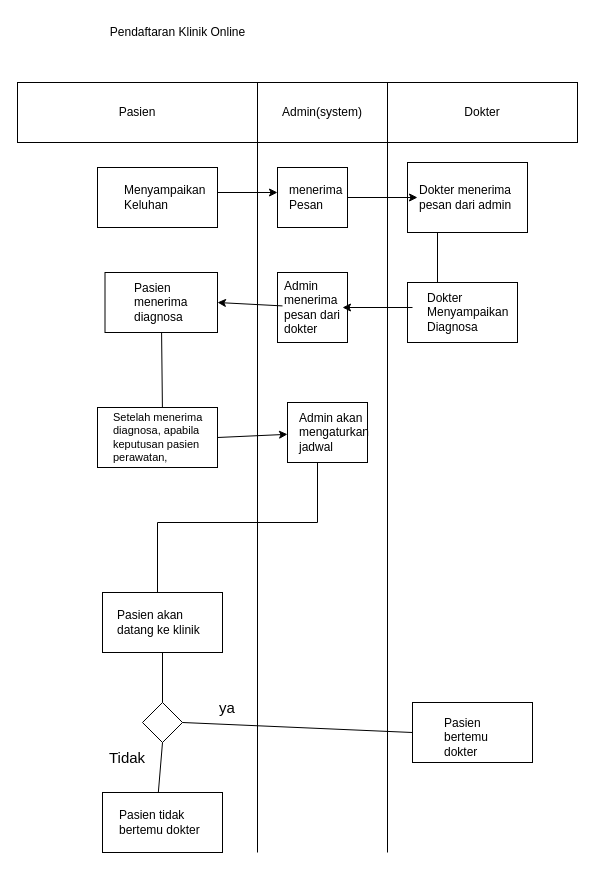
Before: page "Page-3" (3 of 4) of Project Basis Data Lanjut.drawio in lukmanprasetyo/Business-Model-Canvas-BMC-, a draw.io diagram. Source tidied: cells renumbered, new cells numbered last; positions are measured from the earlier drawing's top-left corner, leaving out a move shared by most shapes. Both pictures are drawn from the tidied source at 100%, with x=0, y=0 at pixel (17, 17).
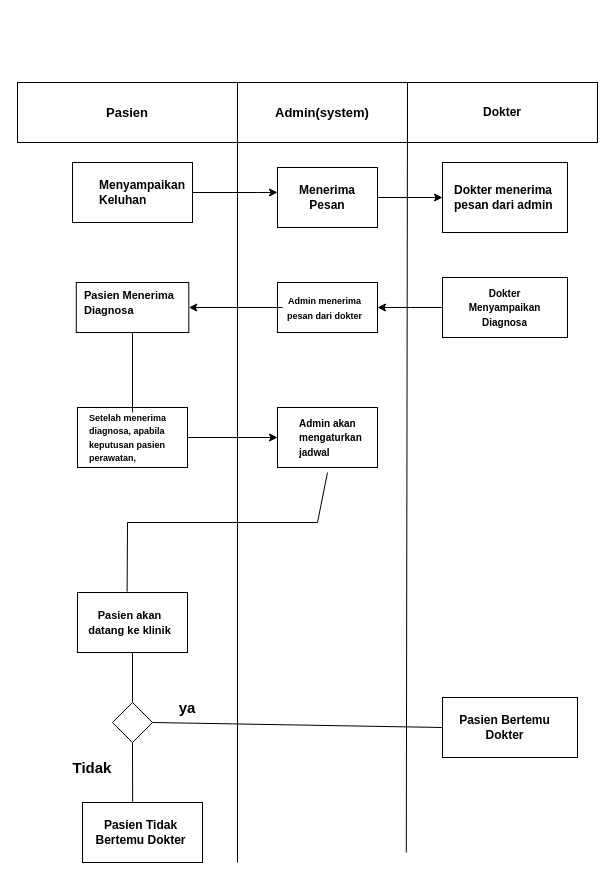
The same page after the edit.

What changed in the source:
```diff
@@
     <mxCell id="2" style="rounded=0;whiteSpace=wrap;html=1;fontSize=15;" parent="1" vertex="1">
-      <mxGeometry x="270" y="385" width="80" height="60" as="geometry" />
+      <mxGeometry x="260" y="390" width="100" height="60" as="geometry" />
     </mxCell>
     <mxCell id="3" style="rounded=0;whiteSpace=wrap;html=1;fontSize=15;" parent="1" vertex="1">
-      <mxGeometry x="85" y="575" width="120" height="60" as="geometry" />
+      <mxGeometry x="60" y="575" width="110" height="60" as="geometry" />
     </mxCell>
     <mxCell id="4" style="rounded=0;whiteSpace=wrap;html=1;fontSize=15;" parent="1" vertex="1">
-      <mxGeometry x="80" y="390" width="120" height="60" as="geometry" />
+      <mxGeometry x="60" y="390" width="110" height="60" as="geometry" />
     </mxCell>
     <mxCell id="5" style="rounded=0;whiteSpace=wrap;html=1;fontSize=15;" parent="1" vertex="1">
-      <mxGeometry x="87.5" y="255" width="112.5" height="60" as="geometry" />
+      <mxGeometry x="58.8" y="265" width="112.5" height="50" as="geometry" />
     </mxCell>
     <mxCell id="6" style="rounded=0;whiteSpace=wrap;html=1;fontSize=15;" parent="1" vertex="1">
-      <mxGeometry x="260" y="255" width="70" height="70" as="geometry" />
+      <mxGeometry x="260" y="265" width="100" height="50" as="geometry" />
     </mxCell>
+    <mxCell id="46" style="edgeStyle=orthogonalEdgeStyle;rounded=0;jettySize=auto;html=1;fontSize=13;" parent="1" edge="1" source="7">
+      <mxGeometry relative="1" as="geometry">
+        <mxPoint x="360" y="290" as="targetPoint" />
+      </mxGeometry>
+    </mxCell>
     <mxCell id="7" style="rounded=0;whiteSpace=wrap;html=1;fontSize=15;" parent="1" vertex="1">
-      <mxGeometry x="390" y="265" width="110" height="60" as="geometry" />
+      <mxGeometry x="425" y="260" width="125" height="60" as="geometry" />
     </mxCell>
     <mxCell id="8" style="rounded=0;whiteSpace=wrap;html=1;fontSize=15;" parent="1" vertex="1">
-      <mxGeometry x="390" y="145" width="120" height="70" as="geometry" />
+      <mxGeometry x="425" y="145" width="125" height="70" as="geometry" />
     </mxCell>
+    <mxCell id="47" style="edgeStyle=orthogonalEdgeStyle;rounded=0;jettySize=auto;html=1;entryX=0;entryY=0.5;entryDx=0;entryDy=0;fontSize=13;" parent="1" edge="1" source="9" target="8">
+      <mxGeometry relative="1" as="geometry" />
+    </mxCell>
     <mxCell id="9" style="rounded=0;whiteSpace=wrap;html=1;fontSize=15;" parent="1" vertex="1">
-      <mxGeometry x="260" y="150" width="70" height="60" as="geometry" />
+      <mxGeometry x="260" y="150" width="100" height="60" as="geometry" />
     </mxCell>
     <mxCell id="10" style="rounded=0;whiteSpace=wrap;html=1;fontSize=15;" parent="1" vertex="1">
-      <mxGeometry x="80" y="150" width="120" height="60" as="geometry" />
+      <mxGeometry x="55" y="145" width="120" height="60" as="geometry" />
     </mxCell>
-    <mxCell id="11" value="Pendaftaran Klinik Online" style="text;html=1;align=center;verticalAlign=middle;strokeColor=none;fillColor=none;" parent="1" vertex="1">
-      <mxGeometry x="80" width="160" height="30" as="geometry" />
-    </mxCell>
-    <mxCell id="12" value="Pasien" style="rounded=0;whiteSpace=wrap;html=1;" parent="1" vertex="1">
-      <mxGeometry y="65" width="240" height="60" as="geometry" />
+    <mxCell id="12" value="&lt;b&gt;&lt;font style=&quot;font-size: 13px;&quot;&gt;Pasien&lt;/font&gt;&lt;/b&gt;" style="rounded=0;whiteSpace=wrap;html=1;" parent="1" vertex="1">
+      <mxGeometry y="65" width="220" height="60" as="geometry" />
     </mxCell>
-    <mxCell id="13" value="Admin(system)" style="rounded=0;whiteSpace=wrap;html=1;" parent="1" vertex="1">
-      <mxGeometry x="240" y="65" width="130" height="60" as="geometry" />
+    <mxCell id="13" value="&lt;b&gt;&lt;font style=&quot;font-size: 13px;&quot;&gt;Admin(system)&lt;/font&gt;&lt;/b&gt;" style="rounded=0;whiteSpace=wrap;html=1;" parent="1" vertex="1">
+      <mxGeometry x="220" y="65" width="170" height="60" as="geometry" />
     </mxCell>
-    <mxCell id="14" value="Dokter" style="rounded=0;whiteSpace=wrap;html=1;" parent="1" vertex="1">
-      <mxGeometry x="370" y="65" width="190" height="60" as="geometry" />
+    <mxCell id="14" value="&lt;b&gt;Dokter&lt;/b&gt;" style="rounded=0;whiteSpace=wrap;html=1;" parent="1" vertex="1">
+      <mxGeometry x="390" y="65" width="190" height="60" as="geometry" />
     </mxCell>
-    <mxCell id="15" value="Menyampaikan Keluhan" style="text;html=1;strokeColor=none;fillColor=none;align=left;verticalAlign=middle;whiteSpace=wrap;rounded=0;" parent="1" vertex="1">
-      <mxGeometry x="105" y="165" width="60" height="30" as="geometry" />
+    <mxCell id="15" value="&lt;b&gt;Menyampaikan Keluhan&lt;/b&gt;" style="text;html=1;strokeColor=none;fillColor=none;align=left;verticalAlign=middle;whiteSpace=wrap;rounded=0;" parent="1" vertex="1">
+      <mxGeometry x="80" y="160" width="60" height="30" as="geometry" />
     </mxCell>
-    <mxCell id="16" value="menerima Pesan" style="text;html=1;strokeColor=none;fillColor=none;align=left;verticalAlign=middle;whiteSpace=wrap;rounded=0;" parent="1" vertex="1">
-      <mxGeometry x="270" y="165" width="60" height="30" as="geometry" />
+    <mxCell id="16" value="&lt;b&gt;Menerima Pesan&lt;/b&gt;" style="text;html=1;strokeColor=none;fillColor=none;align=center;verticalAlign=middle;whiteSpace=wrap;rounded=0;" parent="1" vertex="1">
+      <mxGeometry x="270" y="165" width="80" height="30" as="geometry" />
     </mxCell>
-    <mxCell id="17" value="Dokter menerima pesan dari admin" style="text;html=1;strokeColor=none;fillColor=none;align=left;verticalAlign=middle;whiteSpace=wrap;rounded=0;" parent="1" vertex="1">
-      <mxGeometry x="400" y="165" width="110" height="30" as="geometry" />
+    <mxCell id="17" value="&lt;b&gt;Dokter menerima pesan dari admin&lt;/b&gt;" style="text;html=1;strokeColor=none;fillColor=none;align=left;verticalAlign=middle;whiteSpace=wrap;rounded=0;" parent="1" vertex="1">
+      <mxGeometry x="435" y="165" width="110" height="30" as="geometry" />
     </mxCell>
-    <mxCell id="18" style="endArrow=classic;html=1;rounded=0;align=left;" parent="1" edge="1">
+    <mxCell id="18" style="endArrow=classic;html=1;rounded=0;align=left;exitX=1;exitY=0.5;exitDx=0;exitDy=0;" parent="1" edge="1" source="10">
       <mxGeometry relative="1" as="geometry">
-        <mxPoint x="200" y="175" as="sourcePoint" />
         <mxPoint x="260" y="175" as="targetPoint" />
         <Array as="points">
           <mxPoint x="240" y="175" />
         </Array>
       </mxGeometry>
     </mxCell>
-    <mxCell id="19" style="endArrow=classic;html=1;rounded=0;entryX=0;entryY=0.5;entryDx=0;entryDy=0;exitX=1;exitY=0.5;exitDx=0;exitDy=0;align=left;" parent="1" edge="1" source="16" target="17">
-      <mxGeometry relative="1" as="geometry" />
-    </mxCell>
-    <mxCell id="20" value="Dokter Menyampaikan Diagnosa" style="text;html=1;strokeColor=none;fillColor=none;align=left;verticalAlign=middle;whiteSpace=wrap;rounded=0;" parent="1" vertex="1">
-      <mxGeometry x="407.5" y="280" width="85" height="30" as="geometry" />
+    <mxCell id="20" value="&lt;font style=&quot;font-size: 10px;&quot;&gt;&lt;b&gt;Dokter Menyampaikan Diagnosa&lt;/b&gt;&lt;/font&gt;" style="text;html=1;strokeColor=none;fillColor=none;align=center;verticalAlign=middle;whiteSpace=wrap;rounded=0;" parent="1" vertex="1">
+      <mxGeometry x="435" y="275" width="105" height="30" as="geometry" />
     </mxCell>
-    <mxCell id="21" style="endArrow=classic;html=1;rounded=0;exitX=0;exitY=0.5;exitDx=0;exitDy=0;align=left;" parent="1" edge="1">
-      <mxGeometry relative="1" as="geometry">
-        <mxPoint x="395" y="290" as="sourcePoint" />
-        <mxPoint x="325" y="290" as="targetPoint" />
-      </mxGeometry>
-    </mxCell>
@@
-    <mxCell id="23" value="Admin menerima pesan dari dokter" style="text;html=1;strokeColor=none;fillColor=none;align=left;verticalAlign=middle;whiteSpace=wrap;rounded=0;" parent="1" vertex="1">
-      <mxGeometry x="265" y="275" width="60" height="30" as="geometry" />
+    <mxCell id="23" value="&lt;font size=&quot;1&quot; style=&quot;&quot;&gt;&lt;b style=&quot;font-size: 9px;&quot;&gt;Admin menerima pesan dari dokter&lt;/b&gt;&lt;/font&gt;" style="text;html=1;strokeColor=none;fillColor=none;align=center;verticalAlign=middle;whiteSpace=wrap;rounded=0;" parent="1" vertex="1">
+      <mxGeometry x="265" y="275" width="85" height="30" as="geometry" />
     </mxCell>
-    <mxCell id="24" value="Pasien menerima diagnosa" style="text;html=1;strokeColor=none;fillColor=none;align=left;verticalAlign=middle;whiteSpace=wrap;rounded=0;" parent="1" vertex="1">
-      <mxGeometry x="115" y="270" width="60" height="30" as="geometry" />
+    <mxCell id="24" value="&lt;b&gt;&lt;font style=&quot;font-size: 11px;&quot;&gt;Pasien Menerima Diagnosa&lt;/font&gt;&lt;/b&gt;" style="text;html=1;strokeColor=none;fillColor=none;align=left;verticalAlign=middle;whiteSpace=wrap;rounded=0;" parent="1" vertex="1">
+      <mxGeometry x="65" y="270" width="105" height="30" as="geometry" />
     </mxCell>
@@
-    <mxCell id="26" value="Setelah menerima diagnosa, apabila keputusan pasien perawatan," style="text;html=1;strokeColor=none;fillColor=none;align=left;verticalAlign=middle;whiteSpace=wrap;rounded=0;fontSize=11;" parent="1" vertex="1">
-      <mxGeometry x="93.8" y="405" width="100" height="30" as="geometry" />
+    <mxCell id="26" value="&lt;font style=&quot;font-size: 9px;&quot;&gt;&lt;b&gt;Setelah menerima diagnosa, apabila keputusan pasien perawatan,&lt;/b&gt;&lt;/font&gt;" style="text;html=1;strokeColor=none;fillColor=none;align=left;verticalAlign=middle;whiteSpace=wrap;rounded=0;fontSize=11;" parent="1" vertex="1">
+      <mxGeometry x="70" y="405" width="100" height="30" as="geometry" />
     </mxCell>
-    <mxCell id="27" value="Admin akan mengaturkan jadwal" style="text;html=1;strokeColor=none;fillColor=none;align=left;verticalAlign=middle;whiteSpace=wrap;rounded=0;" parent="1" vertex="1">
-      <mxGeometry x="280" y="400" width="60" height="30" as="geometry" />
+    <mxCell id="27" value="&lt;b&gt;&lt;font style=&quot;font-size: 10px;&quot;&gt;Admin akan mengaturkan jadwal&lt;/font&gt;&lt;/b&gt;" style="text;html=1;strokeColor=none;fillColor=none;align=left;verticalAlign=middle;whiteSpace=wrap;rounded=0;" parent="1" vertex="1">
+      <mxGeometry x="280" y="405" width="55" height="30" as="geometry" />
     </mxCell>
-    <mxCell id="28" style="endArrow=none;html=1;rounded=0;align=left;" parent="1" edge="1">
-      <mxGeometry relative="1" as="geometry">
-        <mxPoint x="420" y="265" as="sourcePoint" />
-        <mxPoint x="420" y="215" as="targetPoint" />
-      </mxGeometry>
-    </mxCell>
-    <mxCell id="29" style="endArrow=none;html=1;rounded=0;align=left;exitX=0.541;exitY=0.001;exitDx=0;exitDy=0;exitPerimeter=0;" parent="1" edge="1" source="4" target="5">
-      <mxGeometry relative="1" as="geometry" />
+    <mxCell id="29" style="endArrow=none;html=1;rounded=0;align=left;" parent="1" edge="1" target="5">
+      <mxGeometry relative="1" as="geometry">
+        <mxPoint x="115" y="395" as="sourcePoint" />
+      </mxGeometry>
     </mxCell>
     <mxCell id="30" style="endArrow=none;html=1;rounded=0;align=left;" parent="1" edge="1">
       <mxGeometry relative="1" as="geometry">
         <mxPoint x="300" y="505" as="sourcePoint" />
-        <mxPoint x="300" y="445" as="targetPoint" />
+        <mxPoint x="310" y="455" as="targetPoint" />
       </mxGeometry>
     </mxCell>
-    <mxCell id="31" style="endArrow=none;html=1;rounded=0;align=left;exitX=0.5;exitY=0;exitDx=0;exitDy=0;" parent="1" edge="1">
+    <mxCell id="31" style="endArrow=none;html=1;rounded=0;align=left;" parent="1" edge="1">
       <mxGeometry relative="1" as="geometry">
-        <mxPoint x="140" y="505" as="sourcePoint" />
+        <mxPoint x="110" y="505" as="sourcePoint" />
         <mxPoint x="300" y="505" as="targetPoint" />
       </mxGeometry>
     </mxCell>
     <mxCell id="32" style="endArrow=none;html=1;rounded=0;fontSize=15;entryX=0;entryY=1;entryDx=0;entryDy=0;" parent="1" edge="1" target="13">
       <mxGeometry relative="1" as="geometry">
-        <mxPoint x="240" y="835" as="sourcePoint" />
+        <mxPoint x="220" y="845" as="sourcePoint" />
       </mxGeometry>
     </mxCell>
-    <mxCell id="33" style="endArrow=none;html=1;rounded=0;fontSize=15;entryX=0;entryY=1;entryDx=0;entryDy=0;" parent="1" edge="1">
+    <mxCell id="33" style="endArrow=none;html=1;rounded=0;fontSize=15;entryX=1;entryY=0.29;entryDx=0;entryDy=0;entryPerimeter=0;" parent="1" edge="1" target="13">
       <mxGeometry relative="1" as="geometry">
-        <mxPoint x="370" y="835" as="sourcePoint" />
-        <mxPoint x="370" y="95" as="targetPoint" />
+        <mxPoint x="388.8" y="835" as="sourcePoint" />
       </mxGeometry>
     </mxCell>
     <mxCell id="34" style="rounded=0;whiteSpace=wrap;html=1;fontSize=15;" parent="1" vertex="1">
-      <mxGeometry x="395" y="685" width="120" height="60" as="geometry" />
+      <mxGeometry x="425" y="680" width="135" height="60" as="geometry" />
     </mxCell>
-    <mxCell id="35" value="Pasien bertemu dokter" style="text;html=1;strokeColor=none;fillColor=none;align=left;verticalAlign=middle;whiteSpace=wrap;rounded=0;" parent="1" vertex="1">
-      <mxGeometry x="425" y="705" width="60" height="30" as="geometry" />
+    <mxCell id="35" value="&lt;b&gt;Pasien Bertemu Dokter&lt;/b&gt;" style="text;html=1;strokeColor=none;fillColor=none;align=center;verticalAlign=middle;whiteSpace=wrap;rounded=0;" parent="1" vertex="1">
+      <mxGeometry x="435" y="695" width="105" height="30" as="geometry" />
     </mxCell>
-    <mxCell id="36" value="Pasien akan datang ke klinik" style="text;html=1;strokeColor=none;fillColor=none;align=left;verticalAlign=middle;whiteSpace=wrap;rounded=0;" parent="1" vertex="1">
-      <mxGeometry x="97.5" y="590" width="95" height="30" as="geometry" />
+    <mxCell id="36" value="&lt;b&gt;&lt;font style=&quot;font-size: 11px;&quot;&gt;Pasien akan datang ke klinik&lt;/font&gt;&lt;/b&gt;" style="text;html=1;strokeColor=none;fillColor=none;align=center;verticalAlign=middle;whiteSpace=wrap;rounded=0;" parent="1" vertex="1">
+      <mxGeometry x="65" y="590" width="95" height="30" as="geometry" />
     </mxCell>
-    <mxCell id="37" style="endArrow=none;html=1;rounded=0;fontSize=15;" parent="1" edge="1">
+    <mxCell id="37" style="endArrow=none;html=1;rounded=0;fontSize=15;exitX=0.451;exitY=-0.015;exitDx=0;exitDy=0;exitPerimeter=0;" parent="1" edge="1" source="3">
       <mxGeometry relative="1" as="geometry">
-        <mxPoint x="140" y="575" as="sourcePoint" />
-        <mxPoint x="140" y="505" as="targetPoint" />
+        <mxPoint x="110" y="505" as="targetPoint" />
       </mxGeometry>
     </mxCell>
     <mxCell id="38" style="rhombus;whiteSpace=wrap;html=1;fontSize=15;" parent="1" vertex="1">
-      <mxGeometry x="125" y="685" width="40" height="40" as="geometry" />
+      <mxGeometry x="95" y="685" width="40" height="40" as="geometry" />
     </mxCell>
@@
-    <mxCell id="41" style="endArrow=none;html=1;rounded=0;fontSize=15;exitX=0.5;exitY=1;exitDx=0;exitDy=0;" parent="1" edge="1" source="38">
-      <mxGeometry relative="1" as="geometry">
-        <mxPoint x="140" y="785" as="targetPoint" />
-      </mxGeometry>
+    <mxCell id="41" style="endArrow=none;html=1;rounded=0;fontSize=15;exitX=0.5;exitY=1;exitDx=0;exitDy=0;entryX=0.418;entryY=0.006;entryDx=0;entryDy=0;entryPerimeter=0;" parent="1" edge="1" source="38" target="42">
+      <mxGeometry relative="1" as="geometry" />
     </mxCell>
     <mxCell id="42" style="rounded=0;whiteSpace=wrap;html=1;fontSize=15;" parent="1" vertex="1">
-      <mxGeometry x="85" y="775" width="120" height="60" as="geometry" />
+      <mxGeometry x="65" y="785" width="120" height="60" as="geometry" />
     </mxCell>
-    <mxCell id="43" value="Pasien tidak bertemu dokter" style="text;html=1;strokeColor=none;fillColor=none;align=left;verticalAlign=middle;whiteSpace=wrap;rounded=0;" parent="1" vertex="1">
-      <mxGeometry x="100" y="790" width="95" height="30" as="geometry" />
+    <mxCell id="43" value="&lt;b&gt;Pasien Tidak Bertemu Dokter&lt;/b&gt;" style="text;html=1;strokeColor=none;fillColor=none;align=center;verticalAlign=middle;whiteSpace=wrap;rounded=0;" parent="1" vertex="1">
+      <mxGeometry x="76.2" y="800" width="95" height="30" as="geometry" />
     </mxCell>
-    <mxCell id="44" value="ya" style="text;html=1;strokeColor=none;fillColor=none;align=center;verticalAlign=middle;whiteSpace=wrap;rounded=0;fontSize=15;" parent="1" vertex="1">
-      <mxGeometry x="180" y="675" width="60" height="30" as="geometry" />
+    <mxCell id="44" value="&lt;b&gt;ya&lt;/b&gt;" style="text;html=1;strokeColor=none;fillColor=none;align=center;verticalAlign=middle;whiteSpace=wrap;rounded=0;fontSize=15;" parent="1" vertex="1">
+      <mxGeometry x="140" y="675" width="60" height="30" as="geometry" />
     </mxCell>
-    <mxCell id="45" value="Tidak" style="text;html=1;strokeColor=none;fillColor=none;align=center;verticalAlign=middle;whiteSpace=wrap;rounded=0;fontSize=15;" parent="1" vertex="1">
-      <mxGeometry x="80" y="725" width="60" height="30" as="geometry" />
+    <mxCell id="45" value="&lt;b&gt;Tidak&lt;/b&gt;" style="text;html=1;strokeColor=none;fillColor=none;align=center;verticalAlign=middle;whiteSpace=wrap;rounded=0;fontSize=15;" parent="1" vertex="1">
+      <mxGeometry x="45" y="735" width="60" height="30" as="geometry" />
     </mxCell>
```
